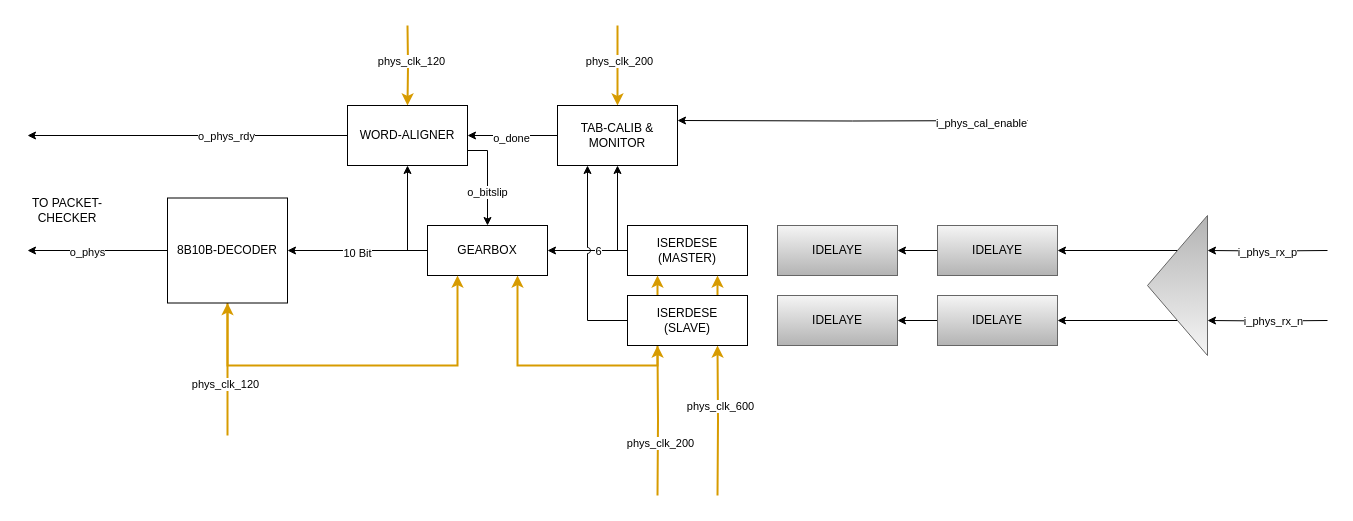
Earlier version of the draw.io diagram src/hdl/lvds_transceiver/doc/serdes_input.drawio (CyrilHerzog/lvds_transceiver). Source tidied: cells renumbered, new cells numbered last; positions are measured from the earlier drawing's top-left corner, leaving out a move shared by most shapes. Both pictures are drawn from the tidied source at 100%, with x=0, y=0 at pixel (17, 25).
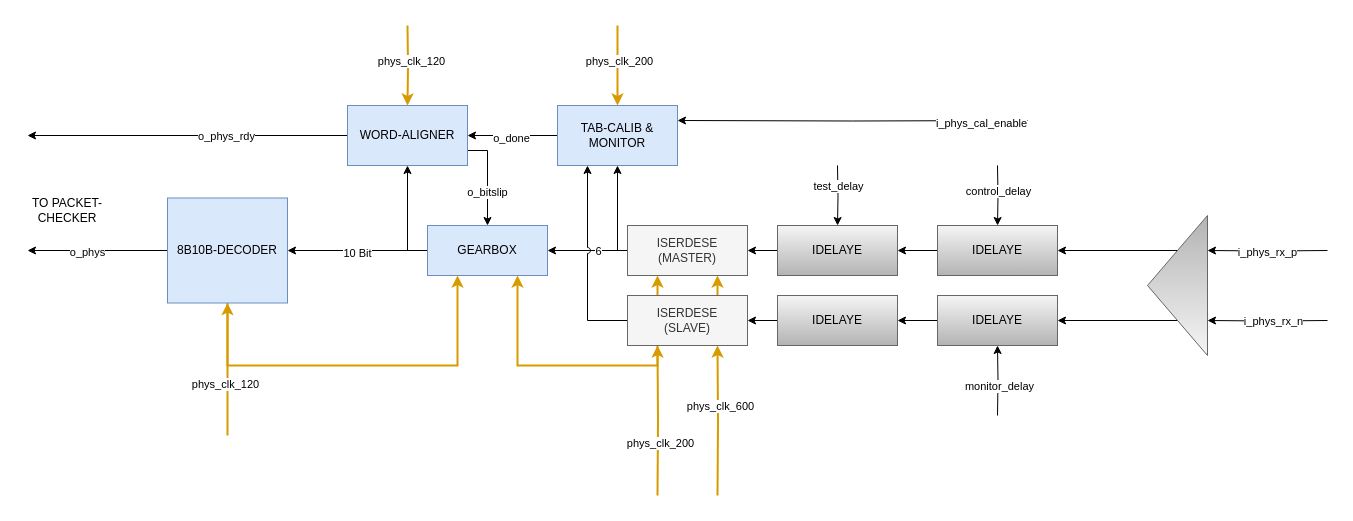
After the change.

The change refers to these unchanged cells:
```xml
<mxCell id="10" value="IDELAYE" style="rounded=0;whiteSpace=wrap;html=1;fillColor=#f5f5f5;gradientColor=#b3b3b3;strokeColor=#666666;" parent="1" vertex="1">
  <mxGeometry x="920" y="200" width="120" height="50" as="geometry" />
</mxCell>
<mxCell id="12" value="IDELAYE" style="rounded=0;whiteSpace=wrap;html=1;fillColor=#f5f5f5;gradientColor=#b3b3b3;strokeColor=#666666;" parent="1" vertex="1">
  <mxGeometry x="920" y="270" width="120" height="50" as="geometry" />
</mxCell>
<mxCell id="51" value="IDELAYE" style="rounded=0;whiteSpace=wrap;html=1;fillColor=#f5f5f5;gradientColor=#b3b3b3;strokeColor=#666666;" parent="1" vertex="1">
  <mxGeometry x="760" y="200" width="120" height="50" as="geometry" />
</mxCell>
<mxCell id="52" value="IDELAYE" style="rounded=0;whiteSpace=wrap;html=1;fillColor=#f5f5f5;gradientColor=#b3b3b3;strokeColor=#666666;" parent="1" vertex="1">
  <mxGeometry x="760" y="270" width="120" height="50" as="geometry" />
</mxCell>
```

Diff of the diagram source:
```diff
@@
+    <mxCell id="53" style="edgeStyle=orthogonalEdgeStyle;rounded=0;jettySize=auto;html=1;" parent="1" edge="1" target="10">
+      <mxGeometry relative="1" as="geometry">
+        <mxPoint x="980" y="140" as="sourcePoint" />
+      </mxGeometry>
+    </mxCell>
+    <mxCell id="54" value="control_delay" style="edgeLabel;html=1;align=center;verticalAlign=middle;" parent="53" vertex="1">
+      <mxGeometry x="-0.14" relative="1" as="geometry" />
+    </mxCell>
@@
+    <mxCell id="55" style="edgeStyle=orthogonalEdgeStyle;rounded=0;jettySize=auto;html=1;" parent="1" edge="1" target="12">
+      <mxGeometry relative="1" as="geometry">
+        <mxPoint x="980" y="390" as="sourcePoint" />
+      </mxGeometry>
+    </mxCell>
+    <mxCell id="56" value="monitor_delay" style="edgeLabel;html=1;align=center;verticalAlign=middle;" parent="55" vertex="1">
+      <mxGeometry x="-0.15" y="-1" relative="1" as="geometry" />
+    </mxCell>
@@
-    <mxCell id="16" value="ISERDESE&lt;div&gt;(MASTER)&lt;/div&gt;" style="rounded=0;whiteSpace=wrap;html=1;" parent="1" vertex="1">
+    <mxCell id="16" value="ISERDESE&lt;div&gt;(MASTER)&lt;/div&gt;" style="rounded=0;whiteSpace=wrap;html=1;fillColor=#f5f5f5;fontColor=#333333;strokeColor=#666666;" parent="1" vertex="1">
       <mxGeometry x="610" y="200" width="120" height="50" as="geometry" />
     </mxCell>
@@
-    <mxCell id="25" value="ISERDESE&lt;div&gt;(SLAVE)&lt;/div&gt;" style="rounded=0;whiteSpace=wrap;html=1;" parent="1" vertex="1">
+    <mxCell id="25" value="ISERDESE&lt;div&gt;(SLAVE)&lt;/div&gt;" style="rounded=0;whiteSpace=wrap;html=1;fillColor=#f5f5f5;fontColor=#333333;strokeColor=#666666;" parent="1" vertex="1">
       <mxGeometry x="610" y="270" width="120" height="50" as="geometry" />
     </mxCell>
@@
-    <mxCell id="29" value="GEARBOX" style="rounded=0;whiteSpace=wrap;html=1;" parent="1" vertex="1">
+    <mxCell id="29" value="GEARBOX" style="rounded=0;whiteSpace=wrap;html=1;fillColor=#dae8fc;strokeColor=#6c8ebf;" parent="1" vertex="1">
       <mxGeometry x="410" y="200" width="120" height="50" as="geometry" />
     </mxCell>
@@
-    <mxCell id="36" value="WORD-ALIGNER" style="rounded=0;whiteSpace=wrap;html=1;" parent="1" vertex="1">
+    <mxCell id="36" value="WORD-ALIGNER" style="rounded=0;whiteSpace=wrap;html=1;fillColor=#dae8fc;strokeColor=#6c8ebf;" parent="1" vertex="1">
       <mxGeometry x="330" y="80" width="120" height="60" as="geometry" />
     </mxCell>
@@
-    <mxCell id="42" value="8B10B-DECODER" style="rounded=0;whiteSpace=wrap;html=1;" parent="1" vertex="1">
+    <mxCell id="42" value="8B10B-DECODER" style="rounded=0;whiteSpace=wrap;html=1;fillColor=#dae8fc;strokeColor=#6c8ebf;" parent="1" vertex="1">
       <mxGeometry x="150" y="172.5" width="120" height="105" as="geometry" />
     </mxCell>
@@
-    <mxCell id="50" value="TAB-CALIB &amp;amp;&lt;div&gt;MONITOR&lt;/div&gt;" style="rounded=0;whiteSpace=wrap;html=1;" parent="1" vertex="1">
+    <mxCell id="50" value="TAB-CALIB &amp;amp;&lt;div&gt;MONITOR&lt;/div&gt;" style="rounded=0;whiteSpace=wrap;html=1;fillColor=#dae8fc;strokeColor=#6c8ebf;" parent="1" vertex="1">
       <mxGeometry x="540" y="80" width="120" height="60" as="geometry" />
     </mxCell>
+    <mxCell id="57" style="edgeStyle=orthogonalEdgeStyle;rounded=0;jettySize=auto;html=1;" parent="1" edge="1" source="51" target="16">
+      <mxGeometry relative="1" as="geometry" />
+    </mxCell>
+    <mxCell id="58" style="edgeStyle=orthogonalEdgeStyle;rounded=0;jettySize=auto;html=1;" parent="1" edge="1" target="51">
+      <mxGeometry relative="1" as="geometry">
+        <mxPoint x="820" y="140" as="sourcePoint" />
+      </mxGeometry>
+    </mxCell>
+    <mxCell id="59" value="test_delay" style="edgeLabel;html=1;align=center;verticalAlign=middle;" parent="58" vertex="1">
+      <mxGeometry x="-0.31" relative="1" as="geometry" />
+    </mxCell>
@@
+    <mxCell id="60" style="edgeStyle=orthogonalEdgeStyle;rounded=0;jettySize=auto;html=1;entryX=1;entryY=0.5;entryDx=0;entryDy=0;" parent="1" edge="1" source="52" target="25">
+      <mxGeometry relative="1" as="geometry" />
+    </mxCell>
```
